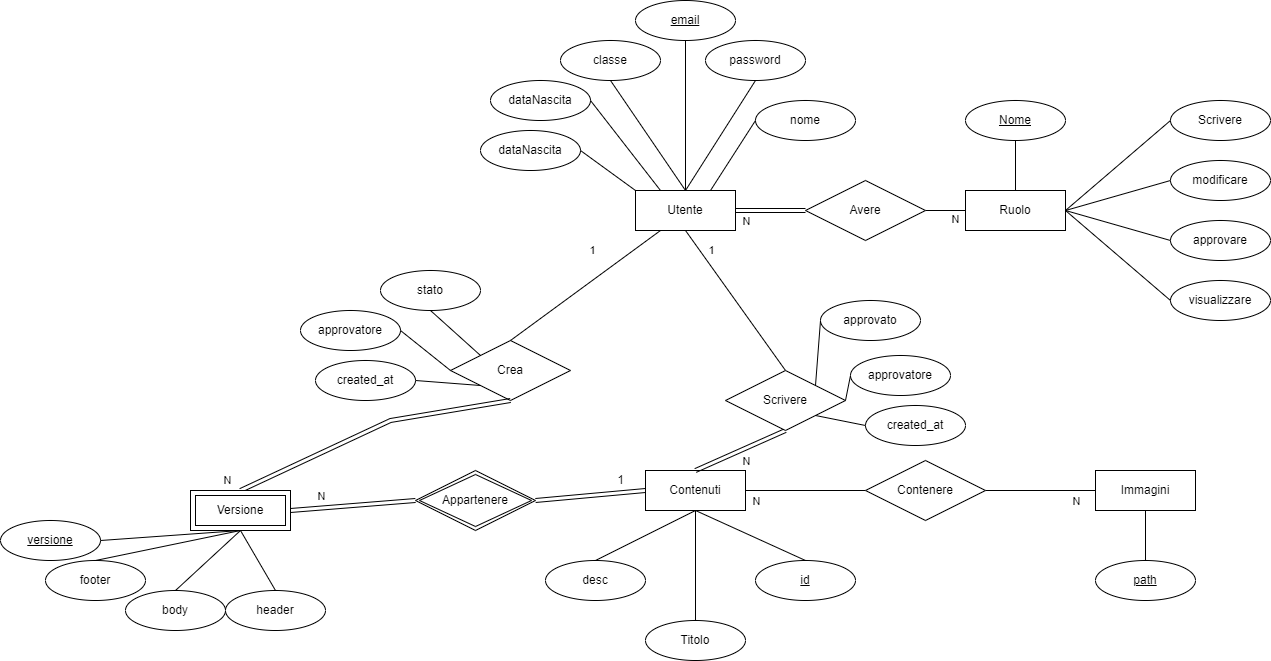
This is assets/schemas/SchemaER.drawio.png from AngeloRipamonti/5C_WikiStudenti_DiDonnaKotisRipamontiTacconi, a draw.io export, as it was before one commit. Source tidied: cells renumbered, new cells last; positions are measured from the earlier drawing's top-left corner, leaving out a move shared by most shapes.
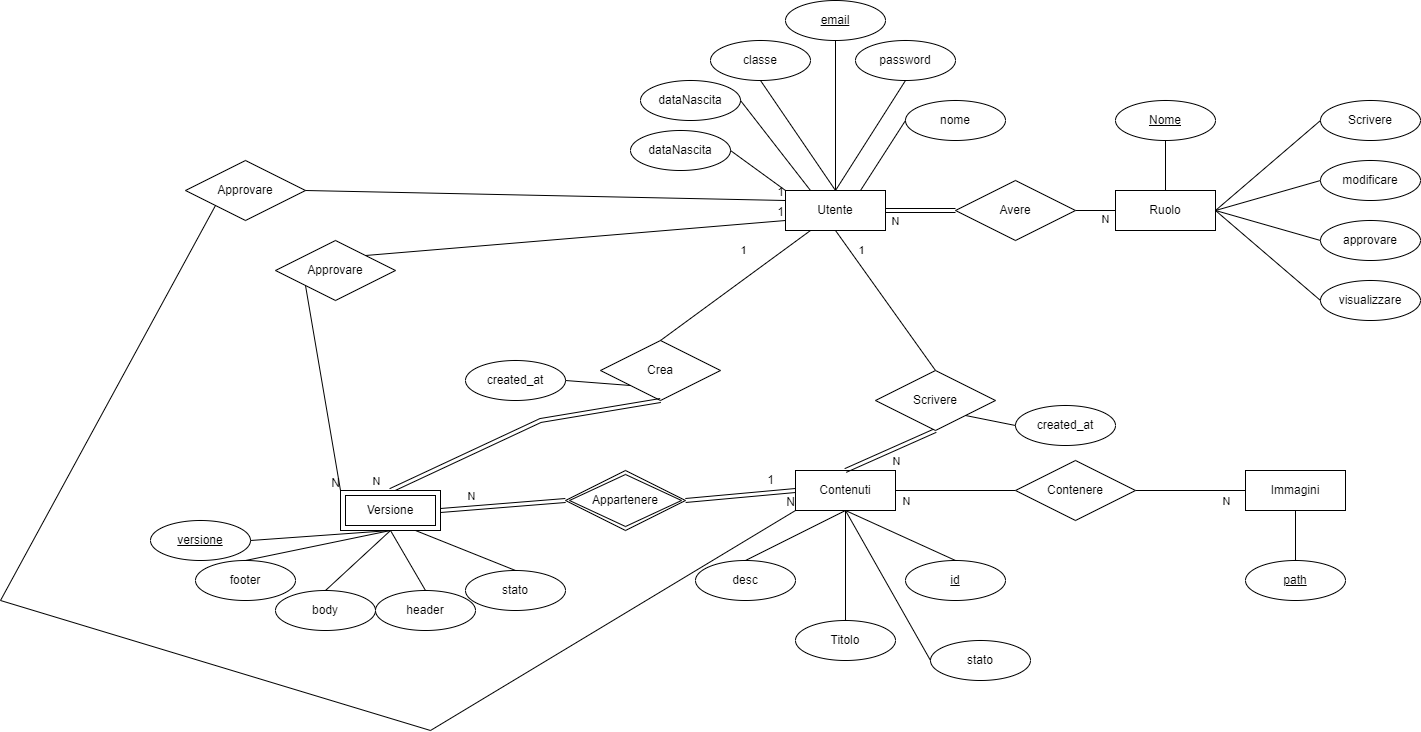
After the commit.

The edit, as a diff of the source:
```diff
@@ -20,8 +20,8 @@
     <mxCell id="7" value="id" style="ellipse;whiteSpace=wrap;html=1;align=center;fontStyle=4;" parent="1" vertex="1">
       <mxGeometry x="755" y="560" width="100" height="40" as="geometry" />
     </mxCell>
-    <mxCell id="8" value="approvato" style="ellipse;whiteSpace=wrap;html=1;align=center;" parent="1" vertex="1">
-      <mxGeometry x="820" y="300" width="100" height="40" as="geometry" />
+    <mxCell id="8" value="stato" style="ellipse;whiteSpace=wrap;html=1;align=center;" parent="1" vertex="1">
+      <mxGeometry x="780" y="640" width="100" height="40" as="geometry" />
     </mxCell>
     <mxCell id="9" value="classe" style="ellipse;whiteSpace=wrap;html=1;align=center;" parent="1" vertex="1">
       <mxGeometry x="560" y="40" width="100" height="40" as="geometry" />
@@ -106,7 +106,7 @@
     <mxCell id="33" value="Contenere" style="shape=rhombus;perimeter=rhombusPerimeter;whiteSpace=wrap;html=1;align=center;" parent="1" vertex="1">
       <mxGeometry x="865" y="460" width="120" height="60" as="geometry" />
     </mxCell>
-    <mxCell id="34" style="endArrow=none;html=1;rounded=0;exitX=0;exitY=0.5;exitDx=0;exitDy=0;entryX=1;entryY=0;entryDx=0;entryDy=0;" parent="1" edge="1" source="8" target="40">
+    <mxCell id="34" style="endArrow=none;html=1;rounded=0;exitX=0;exitY=0.5;exitDx=0;exitDy=0;entryX=0.5;entryY=1;entryDx=0;entryDy=0;" parent="1" edge="1" source="8" target="4">
       <mxGeometry relative="1" as="geometry" />
     </mxCell>
     <mxCell id="35" style="endArrow=none;html=1;rounded=0;exitX=0.5;exitY=1;exitDx=0;exitDy=0;entryX=0.5;entryY=0;entryDx=0;entryDy=0;" parent="1" edge="1" source="4" target="7">
@@ -155,9 +155,9 @@
       </mxGeometry>
     </mxCell>
     <mxCell id="46" value="stato" style="ellipse;whiteSpace=wrap;html=1;align=center;" parent="1" vertex="1">
-      <mxGeometry x="380" y="270" width="100" height="40" as="geometry" />
+      <mxGeometry x="315" y="570" width="100" height="40" as="geometry" />
     </mxCell>
-    <mxCell id="47" style="endArrow=none;html=1;rounded=0;exitX=0.5;exitY=1;exitDx=0;exitDy=0;entryX=0;entryY=0;entryDx=0;entryDy=0;" parent="1" edge="1" source="46" target="41">
+    <mxCell id="47" style="endArrow=none;html=1;rounded=0;exitX=0.5;exitY=0;exitDx=0;exitDy=0;entryX=0.75;entryY=1;entryDx=0;entryDy=0;" parent="1" edge="1" source="46" target="58">
       <mxGeometry relative="1" as="geometry" />
     </mxCell>
     <mxCell id="48" style="endArrow=none;html=1;rounded=0;entryX=0;entryY=0.5;entryDx=0;entryDy=0;exitX=1;exitY=0.5;exitDx=0;exitDy=0;shape=link;" parent="1" edge="1" target="4">
@@ -244,29 +244,52 @@
     <mxCell id="73" value="&lt;span style=&quot;color: rgb(0, 0, 0);&quot;&gt;Appartenere&lt;/span&gt;" style="shape=rhombus;double=1;perimeter=rhombusPerimeter;whiteSpace=wrap;html=1;align=center;" parent="1" vertex="1">
       <mxGeometry x="415" y="470" width="120" height="60" as="geometry" />
     </mxCell>
-    <mxCell id="74" value="approvatore" style="ellipse;whiteSpace=wrap;html=1;align=center;" parent="1" vertex="1">
-      <mxGeometry x="300" y="310" width="100" height="40" as="geometry" />
-    </mxCell>
     <mxCell id="75" value="created_at" style="ellipse;whiteSpace=wrap;html=1;align=center;" parent="1" vertex="1">
       <mxGeometry x="315" y="360" width="100" height="40" as="geometry" />
     </mxCell>
-    <mxCell id="76" value="approvatore" style="ellipse;whiteSpace=wrap;html=1;align=center;" parent="1" vertex="1">
-      <mxGeometry x="850" y="355" width="100" height="40" as="geometry" />
-    </mxCell>
     <mxCell id="77" value="created_at" style="ellipse;whiteSpace=wrap;html=1;align=center;" parent="1" vertex="1">
       <mxGeometry x="865" y="405" width="100" height="40" as="geometry" />
     </mxCell>
-    <mxCell id="78" style="endArrow=none;html=1;rounded=0;exitX=1;exitY=0.5;exitDx=0;exitDy=0;entryX=0;entryY=0.5;entryDx=0;entryDy=0;" parent="1" edge="1" source="74" target="41">
-      <mxGeometry relative="1" as="geometry" />
-    </mxCell>
     <mxCell id="79" style="endArrow=none;html=1;rounded=0;exitX=1;exitY=0.5;exitDx=0;exitDy=0;entryX=0;entryY=1;entryDx=0;entryDy=0;" parent="1" edge="1" source="75" target="41">
       <mxGeometry relative="1" as="geometry" />
     </mxCell>
-    <mxCell id="80" style="endArrow=none;html=1;rounded=0;exitX=0;exitY=0.5;exitDx=0;exitDy=0;entryX=1;entryY=0.5;entryDx=0;entryDy=0;" parent="1" edge="1" source="76" target="40">
-      <mxGeometry relative="1" as="geometry" />
-    </mxCell>
     <mxCell id="81" style="endArrow=none;html=1;rounded=0;exitX=1;exitY=1;exitDx=0;exitDy=0;entryX=0;entryY=0.5;entryDx=0;entryDy=0;" parent="1" edge="1" source="40" target="77">
       <mxGeometry relative="1" as="geometry" />
     </mxCell>
+    <mxCell id="82" value="Approvare" style="shape=rhombus;perimeter=rhombusPerimeter;whiteSpace=wrap;html=1;align=center;" parent="1" vertex="1">
+      <mxGeometry x="125" y="240" width="120" height="60" as="geometry" />
+    </mxCell>
+    <mxCell id="83" style="endArrow=none;html=1;rounded=0;exitX=0;exitY=1;exitDx=0;exitDy=0;entryX=0;entryY=0;entryDx=0;entryDy=0;" parent="1" edge="1" source="82" target="58">
+      <mxGeometry relative="1" as="geometry" />
+    </mxCell>
+    <mxCell id="84" value="N" style="html=1;whiteSpace=wrap;align=right;verticalAlign=bottom;" parent="83" vertex="1">
+      <mxGeometry x="1" relative="1" as="geometry" />
+    </mxCell>
+    <mxCell id="85" style="endArrow=none;html=1;rounded=0;exitX=1;exitY=0;exitDx=0;exitDy=0;entryX=0;entryY=0.75;entryDx=0;entryDy=0;" parent="1" edge="1" source="82" target="2">
+      <mxGeometry relative="1" as="geometry" />
+    </mxCell>
+    <mxCell id="86" value="1" style="html=1;whiteSpace=wrap;align=right;verticalAlign=bottom;" parent="85" vertex="1">
+      <mxGeometry x="1" relative="1" as="geometry" />
+    </mxCell>
+    <mxCell id="87" value="Approvare" style="shape=rhombus;perimeter=rhombusPerimeter;whiteSpace=wrap;html=1;align=center;" parent="1" vertex="1">
+      <mxGeometry x="35" y="160" width="120" height="60" as="geometry" />
+    </mxCell>
+    <mxCell id="88" style="endArrow=none;html=1;rounded=0;exitX=1;exitY=0.5;exitDx=0;exitDy=0;entryX=0;entryY=0.25;entryDx=0;entryDy=0;" parent="1" edge="1" source="87" target="2">
+      <mxGeometry relative="1" as="geometry" />
+    </mxCell>
+    <mxCell id="89" value="1" style="html=1;whiteSpace=wrap;align=right;verticalAlign=bottom;" parent="88" vertex="1">
+      <mxGeometry x="1" relative="1" as="geometry" />
+    </mxCell>
+    <mxCell id="90" style="endArrow=none;html=1;rounded=0;exitX=0;exitY=1;exitDx=0;exitDy=0;entryX=0;entryY=1;entryDx=0;entryDy=0;" parent="1" edge="1" source="87" target="4">
+      <mxGeometry relative="1" as="geometry">
+        <Array as="points">
+          <mxPoint x="-150" y="600" />
+          <mxPoint x="280" y="730" />
+        </Array>
+      </mxGeometry>
+    </mxCell>
+    <mxCell id="91" value="N" style="html=1;whiteSpace=wrap;align=right;verticalAlign=bottom;" parent="90" vertex="1">
+      <mxGeometry x="1" relative="1" as="geometry" />
+    </mxCell>
   </root>
 </mxGraphModel>
```
